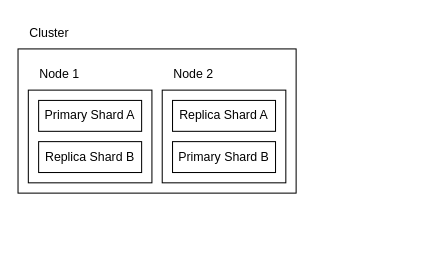
schattenbrot/draw-io keeps this draw.io diagram as elasticsearch.drawio. Above is the earlier version. Source tidied: cells renumbered, new cells numbered last; positions are measured from the earlier drawing's top-left corner, leaving out a move shared by most shapes. Both pictures are drawn from the tidied source at 103%, with x=0, y=0 at pixel (18, 18).
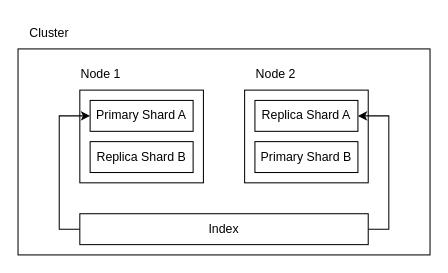
The same diagram, later.

Change to the diagram source:
```diff
@@
 <mxGraphModel>
   <root>
     <mxCell id="0" />
     <mxCell id="1" parent="0" />
     <mxCell id="2" style="rounded=0;whiteSpace=wrap;html=1;" parent="1" vertex="1">
-      <mxGeometry y="30" width="270" height="140" as="geometry" />
+      <mxGeometry y="30" width="400" height="200" as="geometry" />
     </mxCell>
     <mxCell id="3" value="Cluster" style="text;html=1;align=center;verticalAlign=middle;strokeColor=none;fillColor=none;" parent="1" vertex="1">
       <mxGeometry width="60" height="30" as="geometry" />
     </mxCell>
     <mxCell id="4" style="rounded=0;whiteSpace=wrap;html=1;" parent="1" vertex="1">
-      <mxGeometry x="10" y="70" width="120" height="90" as="geometry" />
+      <mxGeometry x="60" y="70" width="120" height="90" as="geometry" />
     </mxCell>
     <mxCell id="5" value="Node 1" style="text;html=1;align=center;verticalAlign=middle;strokeColor=none;fillColor=none;" parent="1" vertex="1">
-      <mxGeometry x="10" y="40" width="60" height="30" as="geometry" />
+      <mxGeometry x="50" y="40" width="60" height="30" as="geometry" />
     </mxCell>
     <mxCell id="6" value="&lt;div&gt;Primary Shard A&lt;/div&gt;" style="rounded=0;whiteSpace=wrap;html=1;" parent="1" vertex="1">
-      <mxGeometry x="20" y="80" width="100" height="30" as="geometry" />
+      <mxGeometry x="70" y="80" width="100" height="30" as="geometry" />
     </mxCell>
     <mxCell id="7" value="Replica Shard B" style="rounded=0;whiteSpace=wrap;html=1;" parent="1" vertex="1">
-      <mxGeometry x="20" y="120" width="100" height="30" as="geometry" />
+      <mxGeometry x="70" y="120" width="100" height="30" as="geometry" />
     </mxCell>
     <mxCell id="8" style="rounded=0;whiteSpace=wrap;html=1;" parent="1" vertex="1">
-      <mxGeometry x="140" y="70" width="120" height="90" as="geometry" />
+      <mxGeometry x="220" y="70" width="120" height="90" as="geometry" />
     </mxCell>
     <mxCell id="9" value="Node 2" style="text;html=1;align=center;verticalAlign=middle;strokeColor=none;fillColor=none;" parent="1" vertex="1">
-      <mxGeometry x="140" y="40" width="60" height="30" as="geometry" />
+      <mxGeometry x="220" y="40" width="60" height="30" as="geometry" />
     </mxCell>
     <mxCell id="10" value="&lt;div&gt;Replica Shard A&lt;/div&gt;" style="rounded=0;whiteSpace=wrap;html=1;" parent="1" vertex="1">
-      <mxGeometry x="150" y="80" width="100" height="30" as="geometry" />
+      <mxGeometry x="230" y="80" width="100" height="30" as="geometry" />
     </mxCell>
     <mxCell id="11" value="Primary Shard B" style="rounded=0;whiteSpace=wrap;html=1;" parent="1" vertex="1">
-      <mxGeometry x="150" y="120" width="100" height="30" as="geometry" />
+      <mxGeometry x="230" y="120" width="100" height="30" as="geometry" />
     </mxCell>
+    <mxCell id="12" style="edgeStyle=orthogonalEdgeStyle;rounded=0;jettySize=auto;html=1;exitX=0;exitY=0.5;exitDx=0;exitDy=0;entryX=0;entryY=0.5;entryDx=0;entryDy=0;" parent="1" edge="1" source="14" target="6">
+      <mxGeometry relative="1" as="geometry" />
+    </mxCell>
+    <mxCell id="13" style="edgeStyle=orthogonalEdgeStyle;rounded=0;jettySize=auto;html=1;exitX=1;exitY=0.5;exitDx=0;exitDy=0;entryX=1;entryY=0.5;entryDx=0;entryDy=0;" parent="1" edge="1" source="14" target="10">
+      <mxGeometry relative="1" as="geometry" />
+    </mxCell>
+    <mxCell id="14" value="Index" style="rounded=0;whiteSpace=wrap;html=1;" parent="1" vertex="1">
+      <mxGeometry x="60" y="190" width="280" height="30" as="geometry" />
+    </mxCell>
   </root>
 </mxGraphModel>
```
